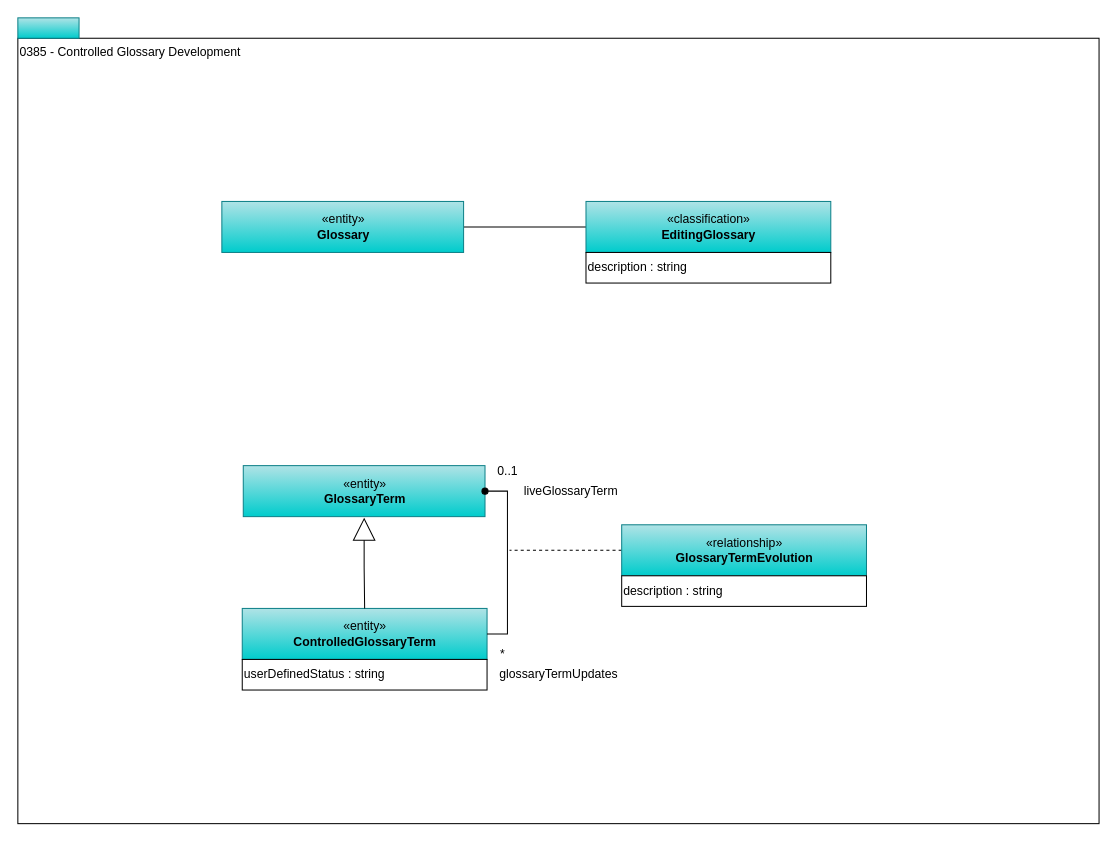
Above: page "0385-Controlled-Glossary-Development" (11 of 14) of site/docs/types/3/area-3-glossary.drawio in odpi/egeria-docs (draw.io), before the change. Source tidied: cells renumbered, new cells numbered last; positions are measured from the earlier drawing's top-left corner, leaving out a move shared by most shapes. Both pictures are drawn from the tidied source at 102%, with x=0, y=0 at pixel (17, 17).
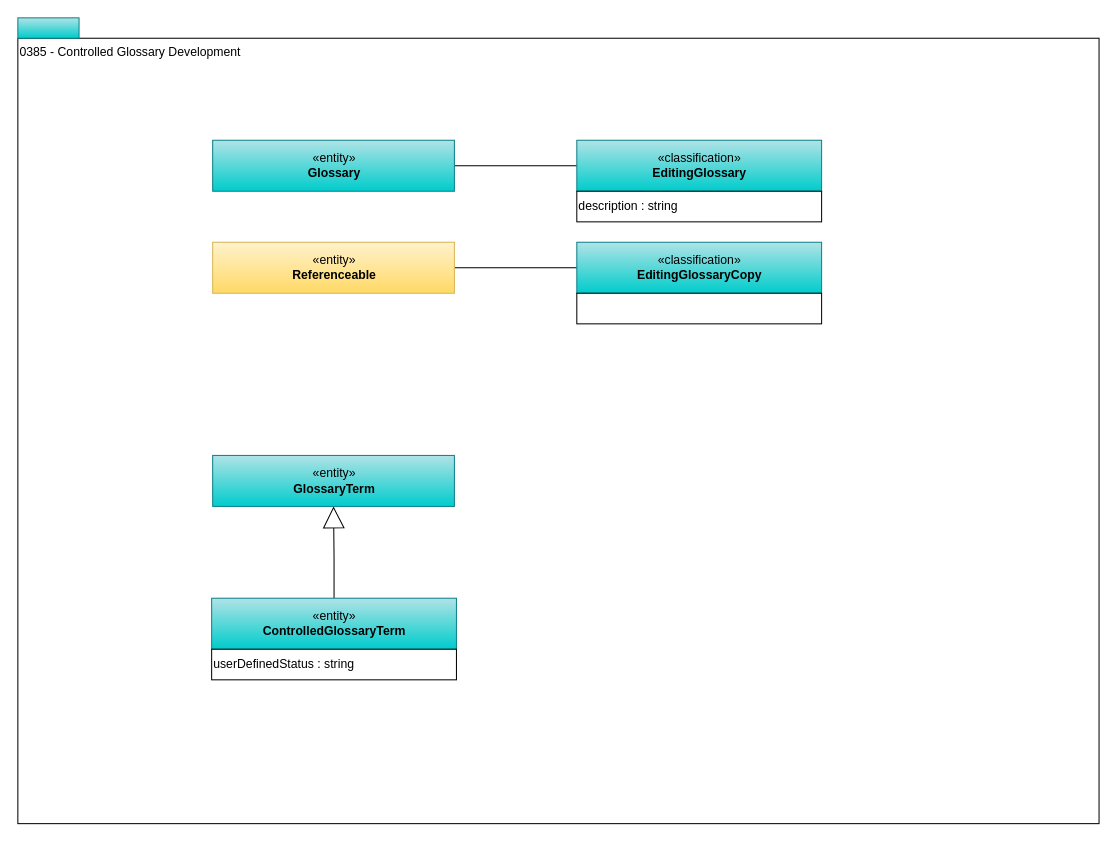
The same diagram, later.

The edit, as a diff of the source:
```diff
@@
+    <mxCell id="8" style="edgeStyle=orthogonalEdgeStyle;rounded=0;jettySize=auto;html=1;exitX=0.5;exitY=0;exitDx=0;exitDy=0;entryX=0.5;entryY=1;entryDx=0;entryDy=0;endArrow=block;endFill=0;endSize=19;" parent="1" edge="1" source="4" target="6">
+      <mxGeometry relative="1" as="geometry" />
+    </mxCell>
     <mxCell id="4" value="«entity»&lt;br&gt;&lt;b&gt;ControlledGlossaryTerm&lt;/b&gt;" style="html=1;strokeColor=#0e8088;align=center;fillColor=#b0e3e6;gradientColor=#00CCCC;" parent="1" vertex="1">
-      <mxGeometry x="220" y="579" width="240" height="50" as="geometry" />
+      <mxGeometry x="190" y="569" width="240" height="50" as="geometry" />
     </mxCell>
-    <mxCell id="5" style="edgeStyle=orthogonalEdgeStyle;rounded=0;jettySize=auto;html=1;endArrow=none;endFill=0;startArrow=block;startFill=0;sourcePerimeterSpacing=1;startSize=20;" parent="1" edge="1" source="6" target="4">
-      <mxGeometry relative="1" as="geometry" />
-    </mxCell>
     <mxCell id="6" value="«entity»&lt;br&gt;&lt;b&gt;GlossaryTerm&lt;/b&gt;" style="html=1;strokeColor=#0e8088;align=center;fillColor=#b0e3e6;gradientColor=#00CCCC;" parent="1" vertex="1">
-      <mxGeometry x="221" y="439" width="237" height="50" as="geometry" />
+      <mxGeometry x="191" y="429" width="237" height="50" as="geometry" />
     </mxCell>
     <mxCell id="7" value="userDefinedStatus : string&lt;br&gt;&lt;div style=&quot;text-align: left&quot;&gt;&lt;/div&gt;" style="rounded=0;whiteSpace=wrap;html=1;strokeColor=#000000;gradientColor=#ffffff;align=left;" parent="1" vertex="1">
-      <mxGeometry x="220" y="629" width="240" height="30" as="geometry" />
+      <mxGeometry x="190" y="619" width="240" height="30" as="geometry" />
     </mxCell>
-    <mxCell id="8" style="edgeStyle=orthogonalEdgeStyle;rounded=0;jettySize=auto;html=1;exitX=1;exitY=0.5;exitDx=0;exitDy=0;entryX=1;entryY=0.5;entryDx=0;entryDy=0;startArrow=none;startFill=0;endArrow=oval;endFill=1;startSize=8;" parent="1" edge="1" source="4" target="6">
-      <mxGeometry relative="1" as="geometry" />
-    </mxCell>
-    <mxCell id="9" style="edgeStyle=orthogonalEdgeStyle;rounded=0;jettySize=auto;html=1;exitX=0;exitY=0.5;exitDx=0;exitDy=0;startArrow=none;startFill=0;endArrow=none;endFill=0;startSize=6;dashed=1;" parent="1" edge="1" source="10">
-      <mxGeometry relative="1" as="geometry">
-        <mxPoint x="482" y="522" as="targetPoint" />
-      </mxGeometry>
-    </mxCell>
-    <mxCell id="10" value="«relationship»&lt;br&gt;&lt;b&gt;GlossaryTermEvolution&lt;/b&gt;" style="html=1;strokeColor=#0e8088;align=center;fillColor=#b0e3e6;gradientColor=#00CCCC;" parent="1" vertex="1">
-      <mxGeometry x="592" y="497" width="240" height="50" as="geometry" />
-    </mxCell>
-    <mxCell id="11" value="description : string&lt;br&gt;&lt;div style=&quot;text-align: left&quot;&gt;&lt;/div&gt;" style="rounded=0;whiteSpace=wrap;html=1;strokeColor=#000000;gradientColor=#ffffff;align=left;" parent="1" vertex="1">
-      <mxGeometry x="592" y="547" width="240" height="30" as="geometry" />
-    </mxCell>
-    <mxCell id="12" value="0..1" style="text;html=1;align=center;verticalAlign=middle;strokeColor=none;fillColor=none;" parent="1" vertex="1">
-      <mxGeometry x="460" y="430" width="40" height="30" as="geometry" />
-    </mxCell>
-    <mxCell id="13" value="*" style="text;html=1;align=center;verticalAlign=middle;strokeColor=none;fillColor=none;" parent="1" vertex="1">
-      <mxGeometry x="460" y="609" width="30" height="30" as="geometry" />
-    </mxCell>
-    <mxCell id="14" value="liveGlossaryTerm" style="text;html=1;align=center;verticalAlign=middle;strokeColor=none;fillColor=none;" parent="1" vertex="1">
-      <mxGeometry x="482" y="449" width="120" height="30" as="geometry" />
-    </mxCell>
-    <mxCell id="15" value="glossaryTermUpdates" style="text;html=1;align=center;verticalAlign=middle;strokeColor=none;fillColor=none;" parent="1" vertex="1">
-      <mxGeometry x="460" y="629" width="140" height="30" as="geometry" />
-    </mxCell>
@@
     <mxCell id="17" value="«entity»&lt;br&gt;&lt;b&gt;Glossary&lt;/b&gt;" style="html=1;strokeColor=#0e8088;align=center;fillColor=#b0e3e6;gradientColor=#00CCCC;" parent="1" vertex="1">
-      <mxGeometry x="200" y="180" width="237" height="50" as="geometry" />
+      <mxGeometry x="191" y="120" width="237" height="50" as="geometry" />
     </mxCell>
     <mxCell id="18" value="«classification»&lt;br&gt;&lt;b&gt;EditingGlossary&lt;/b&gt;" style="html=1;strokeColor=#0e8088;align=center;fillColor=#b0e3e6;gradientColor=#00CCCC;" parent="1" vertex="1">
-      <mxGeometry x="557" y="180" width="240" height="50" as="geometry" />
+      <mxGeometry x="548" y="120" width="240" height="50" as="geometry" />
     </mxCell>
     <mxCell id="19" value="description : string&lt;br&gt;&lt;div style=&quot;text-align: left&quot;&gt;&lt;/div&gt;" style="rounded=0;whiteSpace=wrap;html=1;strokeColor=#000000;gradientColor=#ffffff;align=left;" parent="1" vertex="1">
-      <mxGeometry x="557" y="230" width="240" height="30" as="geometry" />
+      <mxGeometry x="548" y="170" width="240" height="30" as="geometry" />
     </mxCell>
+    <mxCell id="20" style="edgeStyle=orthogonalEdgeStyle;rounded=0;jettySize=auto;html=1;exitX=1;exitY=0.5;exitDx=0;exitDy=0;entryX=0;entryY=0.5;entryDx=0;entryDy=0;endArrow=none;endFill=0;" parent="1" edge="1" source="21" target="22">
+      <mxGeometry relative="1" as="geometry" />
+    </mxCell>
+    <mxCell id="21" value="«entity»&lt;br&gt;&lt;b&gt;Referenceable&lt;/b&gt;" style="html=1;strokeColor=#d6b656;align=center;fillColor=#fff2cc;gradientColor=#ffd966;" parent="1" vertex="1">
+      <mxGeometry x="191" y="220" width="237" height="50" as="geometry" />
+    </mxCell>
+    <mxCell id="22" value="«classification»&lt;br&gt;&lt;b&gt;EditingGlossaryCopy&lt;/b&gt;" style="html=1;strokeColor=#0e8088;align=center;fillColor=#b0e3e6;gradientColor=#00CCCC;" parent="1" vertex="1">
+      <mxGeometry x="548" y="220" width="240" height="50" as="geometry" />
+    </mxCell>
+    <mxCell id="23" value="&lt;br&gt;&lt;div style=&quot;text-align: left&quot;&gt;&lt;/div&gt;" style="rounded=0;whiteSpace=wrap;html=1;strokeColor=#000000;gradientColor=#ffffff;align=left;" parent="1" vertex="1">
+      <mxGeometry x="548" y="270" width="240" height="30" as="geometry" />
+    </mxCell>
```
